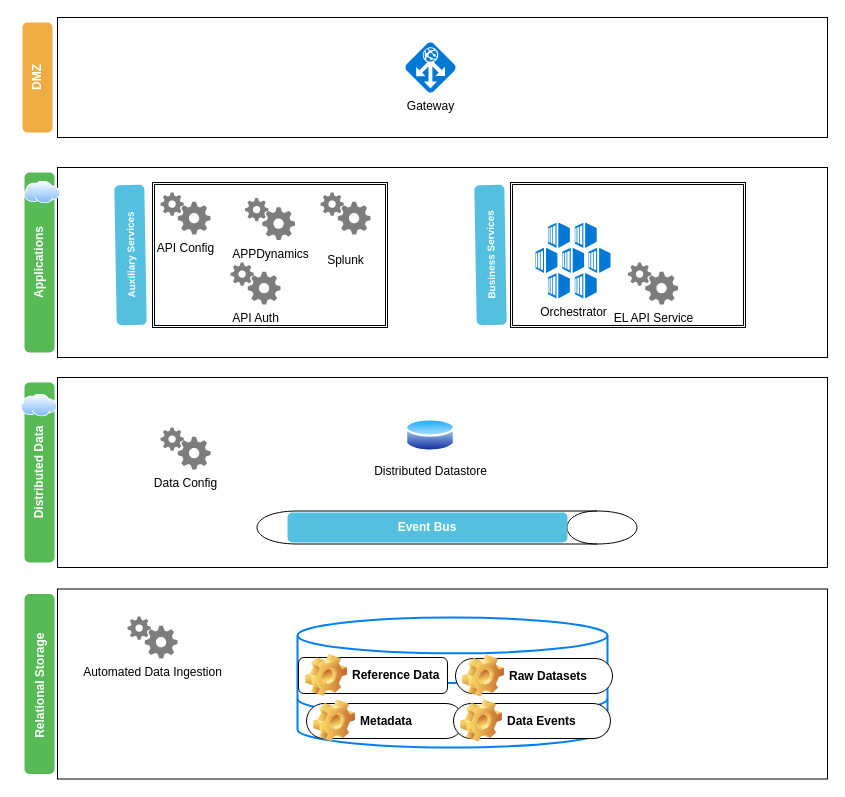
Above: RevisedTargetArch.drawio in kpbindu/Diagrams (draw.io), before the change. Source tidied: cells renumbered, new cells numbered last; positions are measured from the earlier drawing's top-left corner, leaving out a move shared by most shapes. Both pictures are drawn from the tidied source at 100%, with x=0, y=0 at pixel (-51, 17).
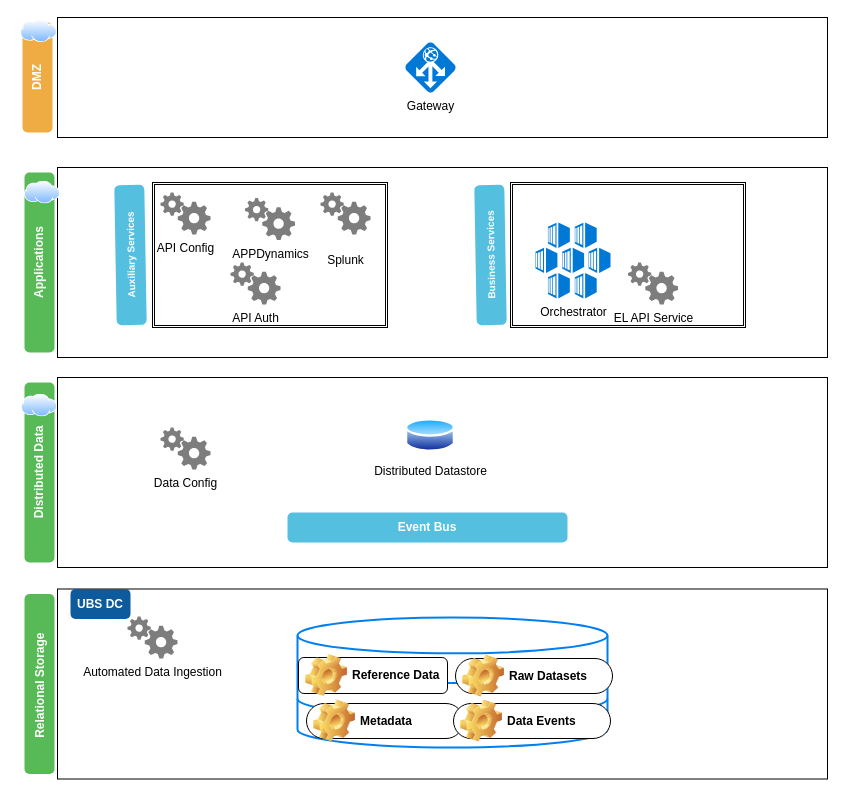
The same diagram, later.

What changed in the source:
```diff
@@
-    <mxCell id="20" style="shape=cylinder;whiteSpace=wrap;html=1;boundedLbl=1;backgroundOutline=1;rotation=90;" parent="1" vertex="1">
-      <mxGeometry x="481" y="320" width="33" height="380" as="geometry" />
-    </mxCell>
@@
+    <mxCell id="33" style="perimeter=ellipsePerimeter;html=1;align=center;shadow=0;dashed=0;spacingTop=3;image;image=img/lib/active_directory/internet_cloud.svg;" parent="1" vertex="1">
+      <mxGeometry x="68" y="2" width="43" height="23" as="geometry" />
+    </mxCell>
+    <mxCell id="34" value="UBS DC" style="html=1;shadow=0;dashed=0;shape=mxgraph.bootstrap.rrect;align=center;rSize=5;strokeColor=none;fillColor=#0D5B9D;fontColor=#ffffff;fontStyle=1;whiteSpace=wrap;rotation=0;" parent="1" vertex="1">
+      <mxGeometry x="121" y="571.5" width="60" height="30" as="geometry" />
+    </mxCell>
```
